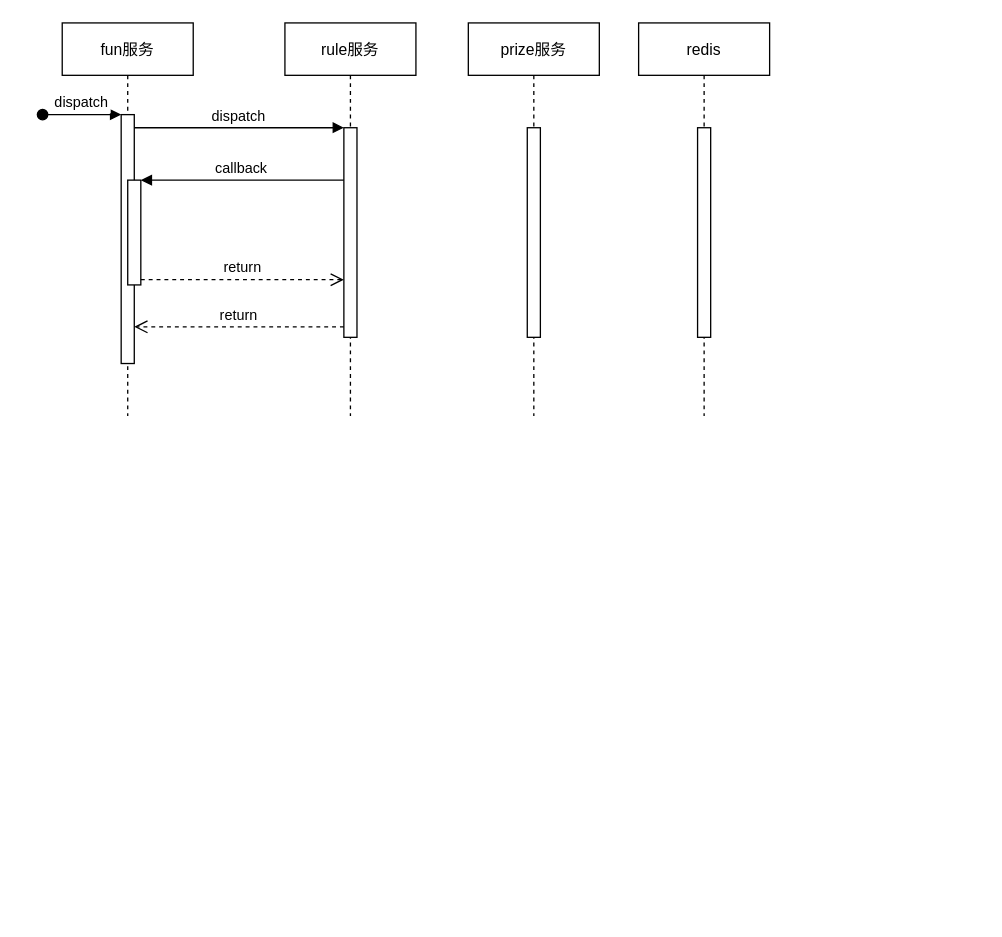
Above: lottery.drawio in MrPeachHua/draw1 (draw.io), before the change. Source tidied: cells renumbered, new cells numbered last; positions are measured from the earlier drawing's top-left corner, leaving out a move shared by most shapes. Both pictures are drawn from the tidied source at 131%, with x=0, y=0 at pixel (42, 22).
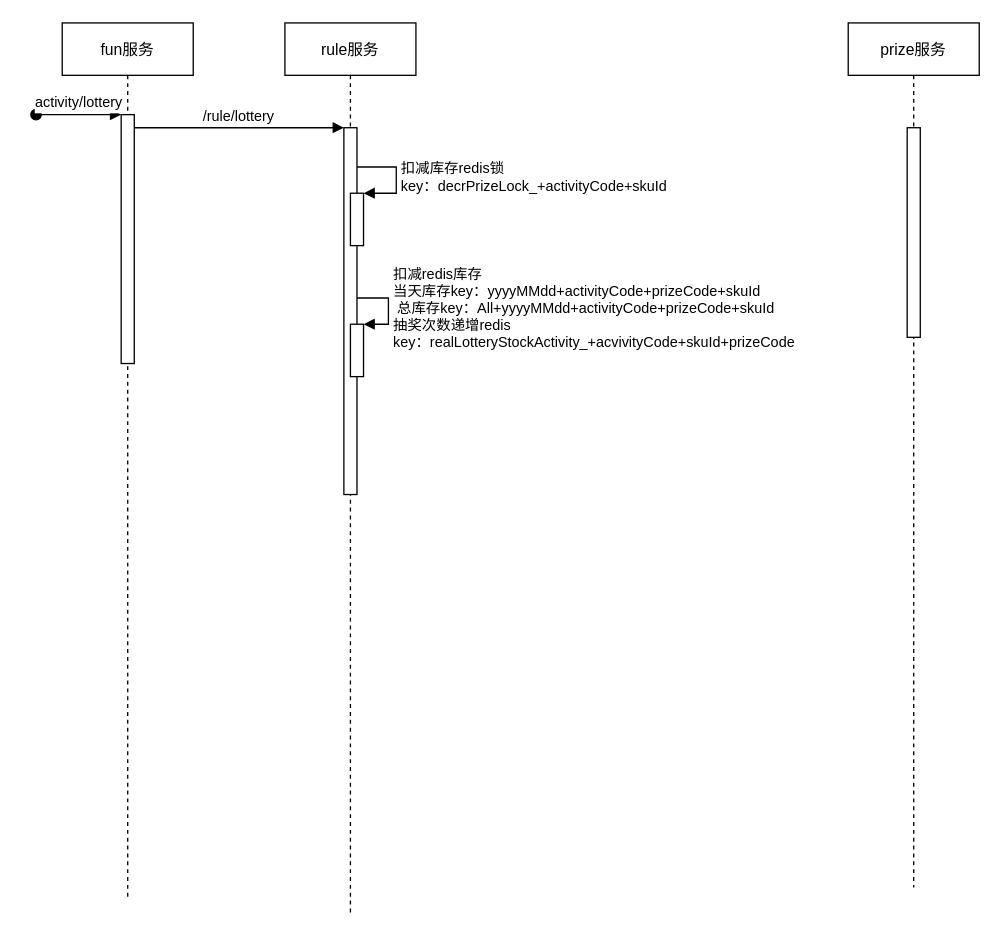
The same page after the edit.

What changed in the source:
```diff
@@
 <mxGraphModel>
   <root>
     <mxCell id="0" />
     <mxCell id="1" parent="0" />
     <mxCell id="2" value="fun服务" style="shape=umlLifeline;perimeter=lifelinePerimeter;rounded=0;shadow=0;strokeWidth=1;" parent="1" vertex="1">
-      <mxGeometry x="15" width="100" height="300" as="geometry" />
+      <mxGeometry x="15" width="100" height="670" as="geometry" />
     </mxCell>
     <mxCell id="3" style="points=[];perimeter=orthogonalPerimeter;rounded=0;shadow=0;strokeWidth=1;" parent="2" vertex="1">
       <mxGeometry x="45" y="70" width="10" height="190" as="geometry" />
     </mxCell>
-    <mxCell id="4" value="dispatch" style="verticalAlign=bottom;startArrow=oval;endArrow=block;startSize=8;shadow=0;strokeWidth=1;" parent="2" edge="1" target="3">
+    <mxCell id="4" value="activity/lottery" style="verticalAlign=bottom;startArrow=oval;endArrow=block;startSize=8;shadow=0;strokeWidth=1;" parent="2" edge="1" target="3">
       <mxGeometry relative="1" as="geometry">
-        <mxPoint x="-15" y="70" as="sourcePoint" />
+        <mxPoint x="-20" y="70" as="sourcePoint" />
       </mxGeometry>
     </mxCell>
-    <mxCell id="5" style="points=[];perimeter=orthogonalPerimeter;rounded=0;shadow=0;strokeWidth=1;" parent="2" vertex="1">
-      <mxGeometry x="50" y="120" width="10" height="80" as="geometry" />
-    </mxCell>
     <mxCell id="6" value="rule服务" style="shape=umlLifeline;perimeter=lifelinePerimeter;rounded=0;shadow=0;strokeWidth=1;" parent="1" vertex="1">
-      <mxGeometry x="185" width="100" height="300" as="geometry" />
+      <mxGeometry x="185" width="100" height="680" as="geometry" />
     </mxCell>
     <mxCell id="7" style="points=[];perimeter=orthogonalPerimeter;rounded=0;shadow=0;strokeWidth=1;" parent="6" vertex="1">
-      <mxGeometry x="45" y="80" width="10" height="160" as="geometry" />
+      <mxGeometry x="45" y="80" width="10" height="280" as="geometry" />
     </mxCell>
-    <mxCell id="8" value="return" style="verticalAlign=bottom;endArrow=open;dashed=1;endSize=8;exitX=0;exitY=0.95;shadow=0;strokeWidth=1;" parent="1" edge="1" source="7" target="3">
-      <mxGeometry relative="1" as="geometry" />
-    </mxCell>
+    <mxCell id="16" style="html=1;points=[];perimeter=orthogonalPerimeter;" parent="6" vertex="1">
+      <mxGeometry x="50" y="130" width="10" height="40" as="geometry" />
+    </mxCell>
+    <mxCell id="17" value="扣减库存redis锁&lt;br&gt;key：decrPrizeLock_+activityCode+skuId&lt;br&gt;" style="edgeStyle=orthogonalEdgeStyle;html=1;align=left;spacingLeft=2;endArrow=block;rounded=0;entryX=1;entryY=0;" parent="6" edge="1" target="16">
+      <mxGeometry relative="1" as="geometry">
+        <mxPoint x="55" y="110" as="sourcePoint" />
+        <Array as="points">
+          <mxPoint x="85" y="110" />
+        </Array>
+      </mxGeometry>
+    </mxCell>
+    <mxCell id="18" style="html=1;points=[];perimeter=orthogonalPerimeter;" parent="6" vertex="1">
+      <mxGeometry x="50" y="230" width="10" height="40" as="geometry" />
+    </mxCell>
+    <mxCell id="19" value="&lt;div&gt;&lt;span style=&quot;font-size: 11px;&quot;&gt;扣减redis库存&lt;/span&gt;&lt;/div&gt;&lt;div&gt;&lt;span style=&quot;font-size: 11px;&quot;&gt;当天库存key：yyyyMMdd+activityCode+prizeCode+skuId&amp;nbsp;&amp;nbsp;&lt;/span&gt;&lt;/div&gt;&lt;div&gt;&lt;span style=&quot;font-size: 11px;&quot;&gt;&amp;nbsp;总库存key：All+yyyyMMdd+activityCode+prizeCode+skuId&amp;nbsp;&lt;/span&gt;&lt;/div&gt;&lt;div&gt;&lt;span style=&quot;font-size: 11px;&quot;&gt;抽奖次数递增redis&lt;/span&gt;&lt;br&gt;&lt;span style=&quot;font-size: 11px;&quot;&gt;key：realLotteryStockActivity_+acvivityCode+skuId+prizeCode&lt;/span&gt;&lt;br&gt;&lt;/div&gt;" style="edgeStyle=orthogonalEdgeStyle;html=1;align=left;spacingLeft=2;endArrow=block;rounded=0;entryX=1;entryY=0;" parent="6" edge="1" target="18">
+      <mxGeometry relative="1" as="geometry">
+        <mxPoint x="55" y="210" as="sourcePoint" />
+        <Array as="points">
+          <mxPoint x="79" y="210" />
+        </Array>
+      </mxGeometry>
+    </mxCell>
-    <mxCell id="9" value="dispatch" style="verticalAlign=bottom;endArrow=block;entryX=0;entryY=0;shadow=0;strokeWidth=1;" parent="1" edge="1" source="3" target="7">
+    <mxCell id="9" value="/rule/lottery" style="verticalAlign=bottom;endArrow=block;entryX=0;entryY=0;shadow=0;strokeWidth=1;" parent="1" edge="1" source="3" target="7">
       <mxGeometry relative="1" as="geometry" />
     </mxCell>
-    <mxCell id="10" value="callback" style="verticalAlign=bottom;endArrow=block;entryX=1;entryY=0;shadow=0;strokeWidth=1;" parent="1" edge="1" source="7" target="5">
-      <mxGeometry relative="1" as="geometry" />
-    </mxCell>
-    <mxCell id="11" value="return" style="verticalAlign=bottom;endArrow=open;dashed=1;endSize=8;exitX=1;exitY=0.95;shadow=0;strokeWidth=1;" parent="1" edge="1" source="5" target="7">
-      <mxGeometry relative="1" as="geometry" />
-    </mxCell>
     <mxCell id="12" value="prize服务" style="shape=umlLifeline;perimeter=lifelinePerimeter;rounded=0;shadow=0;strokeWidth=1;" parent="1" vertex="1">
-      <mxGeometry x="325" width="100" height="300" as="geometry" />
+      <mxGeometry x="615" width="100" height="660" as="geometry" />
     </mxCell>
     <mxCell id="13" style="perimeter=orthogonalPerimeter;rounded=0;shadow=0;strokeWidth=1;" parent="12" vertex="1">
       <mxGeometry x="45" y="80" width="10" height="160" as="geometry" />
     </mxCell>
-    <mxCell id="14" value="redis" style="shape=umlLifeline;perimeter=lifelinePerimeter;rounded=0;shadow=0;strokeWidth=1;" parent="1" vertex="1">
-      <mxGeometry x="455" width="100" height="300" as="geometry" />
-    </mxCell>
-    <mxCell id="15" style="perimeter=orthogonalPerimeter;rounded=0;shadow=0;strokeWidth=1;" parent="14" vertex="1">
-      <mxGeometry x="45" y="80" width="10" height="160" as="geometry" />
-    </mxCell>
   </root>
 </mxGraphModel>
```
